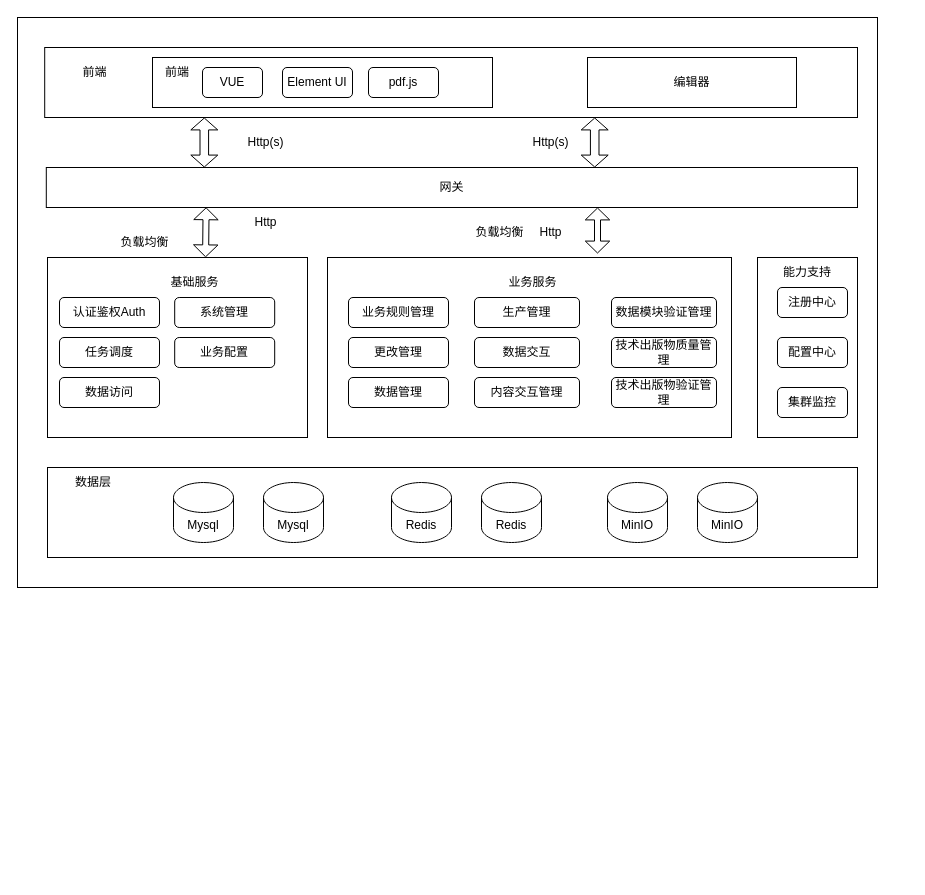
This is csdb/csdb 技术架构图.drawio from DemonHan/KuickBuy, a draw.io file, before an edit. Source tidied: cells renumbered, new cells numbered last; positions are measured from the earlier drawing's top-left corner, leaving out a move shared by most shapes. Both pictures are drawn from the tidied source at 100%, with x=0, y=0 at pixel (17, 17).
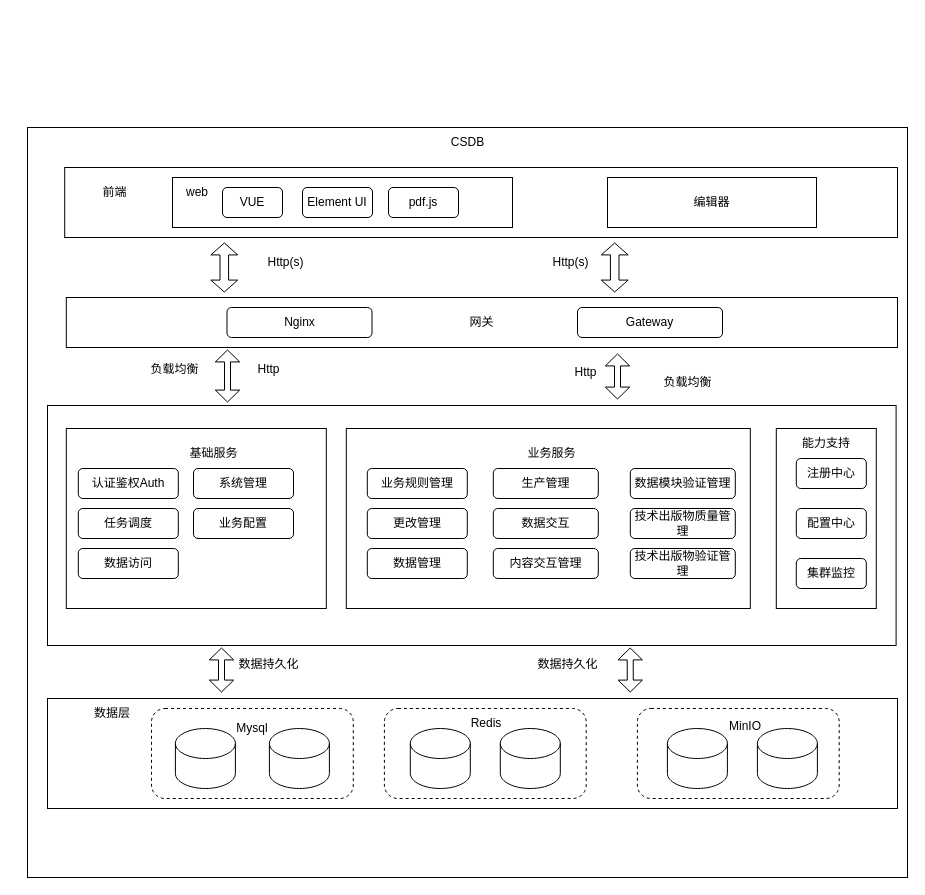
After the change.

Commit message (it also covers changes not shown here):
更新csdb 技术架构图.drawio

Change to the diagram source:
```diff
@@
     <mxCell id="2" style="rounded=0;whiteSpace=wrap;html=1;" parent="1" vertex="1">
-      <mxGeometry width="860" height="570" as="geometry" />
+      <mxGeometry x="10" y="110" width="880" height="750" as="geometry" />
     </mxCell>
+    <mxCell id="53" style="rounded=0;whiteSpace=wrap;html=1;" parent="1" vertex="1">
+      <mxGeometry x="30" y="388" width="848.6" height="240" as="geometry" />
+    </mxCell>
     <mxCell id="3" style="rounded=0;whiteSpace=wrap;html=1;" parent="1" vertex="1">
-      <mxGeometry x="30" y="450" width="810" height="90" as="geometry" />
+      <mxGeometry x="30" y="681" width="850" height="110" as="geometry" />
     </mxCell>
+    <mxCell id="54" style="rounded=1;whiteSpace=wrap;html=1;dashed=1;" parent="1" vertex="1">
+      <mxGeometry x="134" y="691" width="201.8" height="90" as="geometry" />
+    </mxCell>
     <mxCell id="4" style="rounded=0;whiteSpace=wrap;html=1;" parent="1" vertex="1">
-      <mxGeometry x="30" y="240" width="260" height="180" as="geometry" />
+      <mxGeometry x="48.8" y="411" width="260" height="180" as="geometry" />
     </mxCell>
     <mxCell id="5" style="rounded=0;whiteSpace=wrap;html=1;" parent="1" vertex="1">
-      <mxGeometry x="740" y="240" width="100" height="180" as="geometry" />
+      <mxGeometry x="758.8" y="411" width="100" height="180" as="geometry" />
     </mxCell>
     <mxCell id="6" value="注册中心" style="rounded=1;whiteSpace=wrap;html=1;" parent="1" vertex="1">
-      <mxGeometry x="760" y="270" width="70" height="30" as="geometry" />
+      <mxGeometry x="778.8" y="441" width="70" height="30" as="geometry" />
     </mxCell>
     <mxCell id="7" value="配置中心" style="rounded=1;whiteSpace=wrap;html=1;" parent="1" vertex="1">
-      <mxGeometry x="760" y="320" width="70" height="30" as="geometry" />
+      <mxGeometry x="778.8" y="491" width="70" height="30" as="geometry" />
     </mxCell>
     <mxCell id="8" value="集群监控" style="rounded=1;whiteSpace=wrap;html=1;" parent="1" vertex="1">
-      <mxGeometry x="760" y="370" width="70" height="30" as="geometry" />
+      <mxGeometry x="778.8" y="541" width="70" height="30" as="geometry" />
     </mxCell>
     <mxCell id="9" value="数据层" style="text;html=1;align=center;verticalAlign=middle;whiteSpace=wrap;rounded=0;" parent="1" vertex="1">
-      <mxGeometry x="46" y="450" width="60" height="30" as="geometry" />
+      <mxGeometry x="64.6" y="681" width="60" height="30" as="geometry" />
     </mxCell>
-    <mxCell id="10" value="Mysql" style="shape=cylinder3;whiteSpace=wrap;html=1;boundedLbl=1;backgroundOutline=1;size=15;" parent="1" vertex="1">
-      <mxGeometry x="156" y="465" width="60" height="60" as="geometry" />
+    <mxCell id="10" style="shape=cylinder3;whiteSpace=wrap;html=1;boundedLbl=1;backgroundOutline=1;size=15;" parent="1" vertex="1">
+      <mxGeometry x="157.9" y="711" width="60" height="60" as="geometry" />
     </mxCell>
-    <mxCell id="11" value="Redis" style="shape=cylinder3;whiteSpace=wrap;html=1;boundedLbl=1;backgroundOutline=1;size=15;" parent="1" vertex="1">
-      <mxGeometry x="374" y="465" width="60" height="60" as="geometry" />
-    </mxCell>
-    <mxCell id="12" value="MinIO" style="shape=cylinder3;whiteSpace=wrap;html=1;boundedLbl=1;backgroundOutline=1;size=15;" parent="1" vertex="1">
-      <mxGeometry x="590" y="465" width="60" height="60" as="geometry" />
-    </mxCell>
-    <mxCell id="13" value="Mysql" style="shape=cylinder3;whiteSpace=wrap;html=1;boundedLbl=1;backgroundOutline=1;size=15;" parent="1" vertex="1">
-      <mxGeometry x="246" y="465" width="60" height="60" as="geometry" />
+    <mxCell id="13" style="shape=cylinder3;whiteSpace=wrap;html=1;boundedLbl=1;backgroundOutline=1;size=15;" parent="1" vertex="1">
+      <mxGeometry x="251.9" y="711" width="60" height="60" as="geometry" />
     </mxCell>
-    <mxCell id="14" value="Redis" style="shape=cylinder3;whiteSpace=wrap;html=1;boundedLbl=1;backgroundOutline=1;size=15;" parent="1" vertex="1">
-      <mxGeometry x="464" y="465" width="60" height="60" as="geometry" />
-    </mxCell>
-    <mxCell id="15" value="MinIO" style="shape=cylinder3;whiteSpace=wrap;html=1;boundedLbl=1;backgroundOutline=1;size=15;" parent="1" vertex="1">
-      <mxGeometry x="680" y="465" width="60" height="60" as="geometry" />
-    </mxCell>
     <mxCell id="16" value="基础服务" style="text;html=1;align=center;verticalAlign=middle;strokeColor=none;fillColor=none;" parent="1" vertex="1">
-      <mxGeometry x="142" y="250" width="70" height="30" as="geometry" />
+      <mxGeometry x="160.8" y="421" width="70" height="30" as="geometry" />
     </mxCell>
     <mxCell id="17" value="认证鉴权Auth" style="rounded=1;whiteSpace=wrap;html=1;" parent="1" vertex="1">
-      <mxGeometry x="42" y="280" width="100" height="30" as="geometry" />
+      <mxGeometry x="60.8" y="451" width="100" height="30" as="geometry" />
     </mxCell>
     <mxCell id="18" value="任务调度" style="rounded=1;whiteSpace=wrap;html=1;" parent="1" vertex="1">
-      <mxGeometry x="42" y="320" width="100" height="30" as="geometry" />
+      <mxGeometry x="60.8" y="491" width="100" height="30" as="geometry" />
     </mxCell>
     <mxCell id="19" value="数据访问" style="rounded=1;whiteSpace=wrap;html=1;" parent="1" vertex="1">
-      <mxGeometry x="42" y="360" width="100" height="30" as="geometry" />
+      <mxGeometry x="60.8" y="531" width="100" height="30" as="geometry" />
     </mxCell>
     <mxCell id="20" style="rounded=0;whiteSpace=wrap;html=1;" parent="1" vertex="1">
-      <mxGeometry x="310" y="240" width="404" height="180" as="geometry" />
+      <mxGeometry x="328.8" y="411" width="404" height="180" as="geometry" />
     </mxCell>
     <mxCell id="21" value="业务服务" style="text;html=1;align=center;verticalAlign=middle;strokeColor=none;fillColor=none;" parent="1" vertex="1">
-      <mxGeometry x="480" y="250" width="70" height="30" as="geometry" />
+      <mxGeometry x="498.8" y="421" width="70" height="30" as="geometry" />
     </mxCell>
     <mxCell id="22" value="业务规则管理" style="rounded=1;whiteSpace=wrap;html=1;" parent="1" vertex="1">
-      <mxGeometry x="331" y="280" width="100" height="30" as="geometry" />
+      <mxGeometry x="349.8" y="451" width="100" height="30" as="geometry" />
     </mxCell>
     <mxCell id="23" value="更改管理" style="rounded=1;whiteSpace=wrap;html=1;" parent="1" vertex="1">
-      <mxGeometry x="331" y="320" width="100" height="30" as="geometry" />
+      <mxGeometry x="349.8" y="491" width="100" height="30" as="geometry" />
     </mxCell>
     <mxCell id="24" value="数据管理" style="rounded=1;whiteSpace=wrap;html=1;" parent="1" vertex="1">
-      <mxGeometry x="331" y="360" width="100" height="30" as="geometry" />
+      <mxGeometry x="349.8" y="531" width="100" height="30" as="geometry" />
     </mxCell>
     <mxCell id="25" value="生产管理" style="rounded=1;whiteSpace=wrap;html=1;" parent="1" vertex="1">
-      <mxGeometry x="457" y="280" width="105" height="30" as="geometry" />
+      <mxGeometry x="475.8" y="451" width="105" height="30" as="geometry" />
     </mxCell>
     <mxCell id="26" value="数据交互" style="rounded=1;whiteSpace=wrap;html=1;" parent="1" vertex="1">
-      <mxGeometry x="457" y="320" width="105" height="30" as="geometry" />
+      <mxGeometry x="475.8" y="491" width="105" height="30" as="geometry" />
     </mxCell>
     <mxCell id="27" value="内容交互管理" style="rounded=1;whiteSpace=wrap;html=1;" parent="1" vertex="1">
-      <mxGeometry x="457" y="360" width="105" height="30" as="geometry" />
+      <mxGeometry x="475.8" y="531" width="105" height="30" as="geometry" />
     </mxCell>
     <mxCell id="28" value="系统管理" style="rounded=1;whiteSpace=wrap;html=1;" parent="1" vertex="1">
-      <mxGeometry x="157.2" y="280" width="100" height="30" as="geometry" />
+      <mxGeometry x="176" y="451" width="100" height="30" as="geometry" />
     </mxCell>
     <mxCell id="29" value="业务配置" style="rounded=1;whiteSpace=wrap;html=1;" parent="1" vertex="1">
-      <mxGeometry x="157.2" y="320" width="100" height="30" as="geometry" />
+      <mxGeometry x="176" y="491" width="100" height="30" as="geometry" />
     </mxCell>
     <mxCell id="30" value="数据模块验证管理" style="rounded=1;whiteSpace=wrap;html=1;" parent="1" vertex="1">
-      <mxGeometry x="594" y="280" width="105" height="30" as="geometry" />
+      <mxGeometry x="612.8" y="451" width="105" height="30" as="geometry" />
     </mxCell>
     <mxCell id="31" value="技术出版物质量管理" style="rounded=1;whiteSpace=wrap;html=1;" parent="1" vertex="1">
-      <mxGeometry x="594" y="320" width="105" height="30" as="geometry" />
+      <mxGeometry x="612.8" y="491" width="105" height="30" as="geometry" />
     </mxCell>
     <mxCell id="32" value="技术出版物验证管理" style="rounded=1;whiteSpace=wrap;html=1;" parent="1" vertex="1">
-      <mxGeometry x="594" y="360" width="105" height="30" as="geometry" />
+      <mxGeometry x="612.8" y="531" width="105" height="30" as="geometry" />
     </mxCell>
     <mxCell id="33" value="能力支持" style="text;html=1;align=center;verticalAlign=middle;whiteSpace=wrap;rounded=0;" parent="1" vertex="1">
-      <mxGeometry x="760" y="240" width="60" height="30" as="geometry" />
+      <mxGeometry x="778.8" y="411" width="60" height="30" as="geometry" />
     </mxCell>
     <mxCell id="34" value="网关" style="rounded=0;whiteSpace=wrap;html=1;" parent="1" vertex="1">
-      <mxGeometry x="28.8" y="150" width="811.2" height="40" as="geometry" />
+      <mxGeometry x="48.8" y="280" width="831.2" height="50" as="geometry" />
     </mxCell>
     <mxCell id="35" style="rounded=0;whiteSpace=wrap;html=1;" parent="1" vertex="1">
-      <mxGeometry x="27.2" y="30" width="812.8" height="70" as="geometry" />
+      <mxGeometry x="47.2" y="150" width="832.8" height="70" as="geometry" />
     </mxCell>
     <mxCell id="36" value="前端" style="text;html=1;align=center;verticalAlign=middle;strokeColor=none;fillColor=none;" parent="1" vertex="1">
-      <mxGeometry x="52.2" y="40" width="50" height="30" as="geometry" />
+      <mxGeometry x="72.2" y="160" width="50" height="30" as="geometry" />
     </mxCell>
     <mxCell id="37" style="rounded=0;whiteSpace=wrap;html=1;" parent="1" vertex="1">
-      <mxGeometry x="135" y="40" width="340" height="50" as="geometry" />
+      <mxGeometry x="155" y="160" width="340" height="50" as="geometry" />
     </mxCell>
-    <mxCell id="38" value="前端" style="text;html=1;align=center;verticalAlign=middle;whiteSpace=wrap;rounded=0;" parent="1" vertex="1">
-      <mxGeometry x="130" y="40" width="60" height="30" as="geometry" />
+    <mxCell id="38" value="web" style="text;html=1;align=center;verticalAlign=middle;whiteSpace=wrap;rounded=0;" parent="1" vertex="1">
+      <mxGeometry x="150" y="160" width="60" height="30" as="geometry" />
     </mxCell>
     <mxCell id="39" value="编辑器" style="rounded=0;whiteSpace=wrap;html=1;" parent="1" vertex="1">
-      <mxGeometry x="570" y="40" width="209" height="50" as="geometry" />
+      <mxGeometry x="590" y="160" width="209" height="50" as="geometry" />
     </mxCell>
     <mxCell id="40" value="VUE" style="rounded=1;whiteSpace=wrap;html=1;" parent="1" vertex="1">
-      <mxGeometry x="185" y="50" width="60" height="30" as="geometry" />
+      <mxGeometry x="205" y="170" width="60" height="30" as="geometry" />
     </mxCell>
     <mxCell id="41" value="Element UI" style="rounded=1;whiteSpace=wrap;html=1;" parent="1" vertex="1">
-      <mxGeometry x="265" y="50" width="70" height="30" as="geometry" />
+      <mxGeometry x="285" y="170" width="70" height="30" as="geometry" />
     </mxCell>
     <mxCell id="42" value="pdf.js" style="rounded=1;whiteSpace=wrap;html=1;" parent="1" vertex="1">
-      <mxGeometry x="351" y="50" width="70" height="30" as="geometry" />
+      <mxGeometry x="371" y="170" width="70" height="30" as="geometry" />
     </mxCell>
     <mxCell id="43" style="shape=flexArrow;endArrow=classic;startArrow=classic;html=1;rounded=0;width=8.571428571428571;startSize=3.64;endSize=3.64;endWidth=17.387755102040817;startWidth=17.387755102040817;" parent="1" edge="1">
       <mxGeometry relative="1" as="geometry">
-        <mxPoint x="186.8" y="150" as="sourcePoint" />
-        <mxPoint x="186.8" y="100" as="targetPoint" />
+        <mxPoint x="206.8" y="275" as="sourcePoint" />
+        <mxPoint x="206.8" y="225" as="targetPoint" />
       </mxGeometry>
     </mxCell>
     <mxCell id="44" style="shape=flexArrow;endArrow=classic;startArrow=classic;html=1;rounded=0;width=8.571428571428571;startSize=3.64;endSize=3.64;endWidth=17.387755102040817;startWidth=17.387755102040817;" parent="1" edge="1">
       <mxGeometry relative="1" as="geometry">
-        <mxPoint x="577.2" y="150" as="sourcePoint" />
-        <mxPoint x="577.2" y="100" as="targetPoint" />
+        <mxPoint x="597.2" y="275" as="sourcePoint" />
+        <mxPoint x="597.2" y="225" as="targetPoint" />
       </mxGeometry>
     </mxCell>
     <mxCell id="45" value="Http(s)" style="text;html=1;align=center;verticalAlign=middle;strokeColor=none;fillColor=none;" parent="1" vertex="1">
-      <mxGeometry x="218.2" y="110" width="60" height="30" as="geometry" />
+      <mxGeometry x="238.2" y="230" width="60" height="30" as="geometry" />
     </mxCell>
     <mxCell id="46" value="Http(s)" style="text;html=1;align=center;verticalAlign=middle;strokeColor=none;fillColor=none;" parent="1" vertex="1">
-      <mxGeometry x="503.2" y="110" width="60" height="30" as="geometry" />
+      <mxGeometry x="523.2" y="230" width="60" height="30" as="geometry" />
     </mxCell>
-    <mxCell id="47" style="shape=flexArrow;endArrow=classic;startArrow=classic;html=1;rounded=0;width=6;startSize=3.64;endSize=3.64;endWidth=17.387755102040817;startWidth=17.387755102040817;entryX=0.197;entryY=0.995;entryDx=0;entryDy=0;entryPerimeter=0;exitX=0.608;exitY=-0.001;exitDx=0;exitDy=0;exitPerimeter=0;" parent="1" edge="1" source="4" target="34">
-      <mxGeometry relative="1" as="geometry" />
+    <mxCell id="47" style="shape=flexArrow;endArrow=classic;startArrow=classic;html=1;rounded=0;width=6;startSize=3.64;endSize=3.64;endWidth=17.387755102040817;startWidth=17.387755102040817;entryX=0.197;entryY=0.995;entryDx=0;entryDy=0;entryPerimeter=0;" parent="1" edge="1">
+      <mxGeometry relative="1" as="geometry">
+        <mxPoint x="210" y="385" as="sourcePoint" />
+        <mxPoint x="210" y="332" as="targetPoint" />
+      </mxGeometry>
     </mxCell>
     <mxCell id="48" style="shape=flexArrow;endArrow=classic;startArrow=classic;html=1;rounded=0;width=6;startSize=3.64;endSize=3.64;endWidth=17.387755102040817;startWidth=17.387755102040817;exitX=0.578;exitY=-0.011;exitDx=0;exitDy=0;exitPerimeter=0;entryX=0.217;entryY=1.055;entryDx=0;entryDy=0;entryPerimeter=0;" parent="1" edge="1">
       <mxGeometry relative="1" as="geometry">
-        <mxPoint x="580" y="236" as="sourcePoint" />
-        <mxPoint x="580" y="190" as="targetPoint" />
+        <mxPoint x="600" y="382" as="sourcePoint" />
+        <mxPoint x="600" y="336" as="targetPoint" />
       </mxGeometry>
     </mxCell>
     <mxCell id="49" value="Http" style="text;html=1;align=center;verticalAlign=middle;strokeColor=none;fillColor=none;" parent="1" vertex="1">
-      <mxGeometry x="223.2" y="190" width="50" height="30" as="geometry" />
+      <mxGeometry x="226" y="337" width="50" height="30" as="geometry" />
     </mxCell>
     <mxCell id="50" value="Http" style="text;html=1;align=center;verticalAlign=middle;strokeColor=none;fillColor=none;" parent="1" vertex="1">
-      <mxGeometry x="508.2" y="200" width="50" height="30" as="geometry" />
+      <mxGeometry x="542.8" y="340" width="50" height="30" as="geometry" />
     </mxCell>
     <mxCell id="51" value="负载均衡" style="text;html=1;align=center;verticalAlign=middle;strokeColor=none;fillColor=none;" parent="1" vertex="1">
-      <mxGeometry x="92.2" y="210" width="70" height="30" as="geometry" />
+      <mxGeometry x="122.2" y="337" width="70" height="30" as="geometry" />
     </mxCell>
+    <mxCell id="55" style="rounded=1;whiteSpace=wrap;html=1;dashed=1;" parent="1" vertex="1">
+      <mxGeometry x="366.9" y="691" width="201.8" height="90" as="geometry" />
+    </mxCell>
     <mxCell id="52" value="负载均衡" style="text;html=1;align=center;verticalAlign=middle;strokeColor=none;fillColor=none;" parent="1" vertex="1">
-      <mxGeometry x="447.2" y="200" width="70" height="30" as="geometry" />
+      <mxGeometry x="635" y="350" width="70" height="30" as="geometry" />
     </mxCell>
+    <mxCell id="56" value="CSDB" style="text;html=1;align=center;verticalAlign=middle;strokeColor=none;fillColor=none;" parent="1" vertex="1">
+      <mxGeometry x="420" y="110" width="60" height="30" as="geometry" />
+    </mxCell>
+    <mxCell id="57" value="Mysql" style="text;html=1;align=center;verticalAlign=middle;whiteSpace=wrap;rounded=0;" parent="1" vertex="1">
+      <mxGeometry x="204.9" y="696" width="60" height="30" as="geometry" />
+    </mxCell>
+    <mxCell id="11" style="shape=cylinder3;whiteSpace=wrap;html=1;boundedLbl=1;backgroundOutline=1;size=15;" parent="1" vertex="1">
+      <mxGeometry x="392.8" y="711" width="60" height="60" as="geometry" />
+    </mxCell>
+    <mxCell id="14" style="shape=cylinder3;whiteSpace=wrap;html=1;boundedLbl=1;backgroundOutline=1;size=15;" parent="1" vertex="1">
+      <mxGeometry x="482.8" y="711" width="60" height="60" as="geometry" />
+    </mxCell>
+    <mxCell id="58" value="Redis" style="text;html=1;align=center;verticalAlign=middle;whiteSpace=wrap;rounded=0;" parent="1" vertex="1">
+      <mxGeometry x="438.6" y="691" width="60" height="30" as="geometry" />
+    </mxCell>
+    <mxCell id="59" style="rounded=1;whiteSpace=wrap;html=1;dashed=1;" parent="1" vertex="1">
+      <mxGeometry x="619.9" y="691" width="201.8" height="90" as="geometry" />
+    </mxCell>
+    <mxCell id="60" value="MinIO" style="text;html=1;align=center;verticalAlign=middle;whiteSpace=wrap;rounded=0;" parent="1" vertex="1">
+      <mxGeometry x="697.6" y="694" width="60" height="30" as="geometry" />
+    </mxCell>
+    <mxCell id="12" style="shape=cylinder3;whiteSpace=wrap;html=1;boundedLbl=1;backgroundOutline=1;size=15;" parent="1" vertex="1">
+      <mxGeometry x="649.9" y="711" width="60" height="60" as="geometry" />
+    </mxCell>
+    <mxCell id="15" style="shape=cylinder3;whiteSpace=wrap;html=1;boundedLbl=1;backgroundOutline=1;size=15;" parent="1" vertex="1">
+      <mxGeometry x="739.9" y="711" width="60" height="60" as="geometry" />
+    </mxCell>
+    <mxCell id="61" style="shape=flexArrow;endArrow=classic;startArrow=classic;html=1;rounded=0;width=6;startSize=3.64;endSize=3.64;endWidth=17.387755102040817;startWidth=17.387755102040817;entryX=0.197;entryY=0.995;entryDx=0;entryDy=0;entryPerimeter=0;" parent="1" edge="1">
+      <mxGeometry relative="1" as="geometry">
+        <mxPoint x="204" y="675" as="sourcePoint" />
+        <mxPoint x="204" y="630" as="targetPoint" />
+      </mxGeometry>
+    </mxCell>
+    <mxCell id="62" style="shape=flexArrow;endArrow=classic;startArrow=classic;html=1;rounded=0;width=6;startSize=3.64;endSize=3.64;endWidth=17.387755102040817;startWidth=17.387755102040817;entryX=0.197;entryY=0.995;entryDx=0;entryDy=0;entryPerimeter=0;" parent="1" edge="1">
+      <mxGeometry relative="1" as="geometry">
+        <mxPoint x="612.8" y="675" as="sourcePoint" />
+        <mxPoint x="612.7" y="630" as="targetPoint" />
+      </mxGeometry>
+    </mxCell>
+    <mxCell id="63" value="数据持久化" style="text;html=1;align=center;verticalAlign=middle;strokeColor=none;fillColor=none;" parent="1" vertex="1">
+      <mxGeometry x="211" y="632" width="80" height="30" as="geometry" />
+    </mxCell>
+    <mxCell id="64" value="数据持久化" style="text;html=1;align=center;verticalAlign=middle;strokeColor=none;fillColor=none;" parent="1" vertex="1">
+      <mxGeometry x="510" y="632" width="80" height="30" as="geometry" />
+    </mxCell>
+    <mxCell id="65" value="Nginx" style="rounded=1;whiteSpace=wrap;html=1;" parent="1" vertex="1">
+      <mxGeometry x="209.5" y="290" width="145" height="30" as="geometry" />
+    </mxCell>
+    <mxCell id="66" value="Gateway" style="rounded=1;whiteSpace=wrap;html=1;" parent="1" vertex="1">
+      <mxGeometry x="560" y="290" width="145" height="30" as="geometry" />
+    </mxCell>
```
